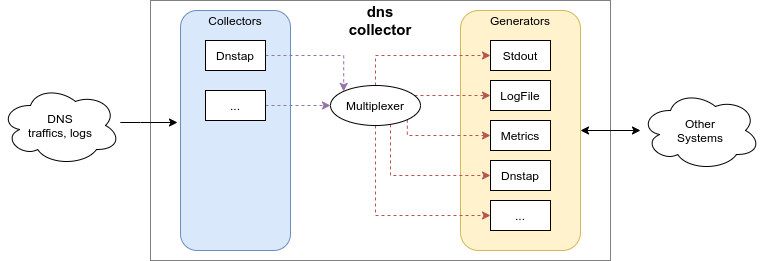
Earlier version of the draw.io export doc/overview.png (dmachard/go-dnscollector). Source tidied: cells renumbered, new cells last; positions are measured from the earlier drawing's top-left corner, leaving out a move shared by most shapes.
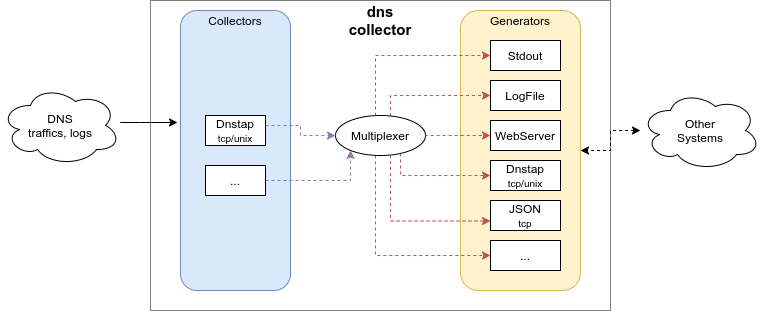
The same file after the commit.

Commit message:
new json generator

Diff of the diagram source:
```diff
@@ -3,50 +3,55 @@
     <mxCell id="0" />
     <mxCell id="1" parent="0" />
     <mxCell id="2" style="rounded=0;whiteSpace=wrap;html=1;dashed=1;dashPattern=1 1;" parent="1" vertex="1">
-      <mxGeometry x="150" width="460" height="260" as="geometry" />
+      <mxGeometry x="150" width="460" height="310" as="geometry" />
     </mxCell>
     <mxCell id="3" value="&lt;b style=&quot;font-size: 15px&quot;&gt;dns&lt;br&gt;collector&lt;/b&gt;" style="text;html=1;strokeColor=none;fillColor=none;align=center;verticalAlign=middle;whiteSpace=wrap;rounded=0;" parent="1" vertex="1">
       <mxGeometry x="340" y="10" width="80" height="20" as="geometry" />
     </mxCell>
     <mxCell id="4" style="rounded=1;whiteSpace=wrap;html=1;fillColor=#dae8fc;strokeColor=#6c8ebf;" parent="1" vertex="1">
-      <mxGeometry x="180" y="10" width="110" height="240" as="geometry" />
+      <mxGeometry x="180" y="10" width="110" height="280" as="geometry" />
     </mxCell>
     <mxCell id="5" value="Collectors" style="text;html=1;strokeColor=none;fillColor=none;align=center;verticalAlign=middle;whiteSpace=wrap;rounded=0;" parent="1" vertex="1">
       <mxGeometry x="215" y="10" width="40" height="20" as="geometry" />
     </mxCell>
     <mxCell id="6" style="rounded=1;whiteSpace=wrap;html=1;fillColor=#fff2cc;strokeColor=#d6b656;" parent="1" vertex="1">
-      <mxGeometry x="460" y="10" width="120" height="240" as="geometry" />
+      <mxGeometry x="460" y="10" width="120" height="280" as="geometry" />
     </mxCell>
     <mxCell id="7" value="Generators" style="text;html=1;strokeColor=none;fillColor=none;align=center;verticalAlign=middle;whiteSpace=wrap;rounded=0;" parent="1" vertex="1">
       <mxGeometry x="500" y="10" width="40" height="20" as="geometry" />
     </mxCell>
-    <mxCell id="8" style="edgeStyle=orthogonalEdgeStyle;rounded=0;jettySize=auto;html=1;entryX=0;entryY=0;entryDx=0;entryDy=0;dashed=1;fillColor=#e1d5e7;strokeColor=#9673a6;" parent="1" edge="1" source="9" target="21">
+    <mxCell id="8" style="edgeStyle=orthogonalEdgeStyle;rounded=0;jettySize=auto;html=1;dashed=1;fillColor=#e1d5e7;strokeColor=#9673a6;" parent="1" edge="1" source="9" target="21">
       <mxGeometry relative="1" as="geometry">
         <Array as="points">
-          <mxPoint x="343" y="55" />
+          <mxPoint x="300" y="125" />
+          <mxPoint x="300" y="135" />
         </Array>
       </mxGeometry>
     </mxCell>
-    <mxCell id="9" value="Dnstap" style="rounded=0;whiteSpace=wrap;html=1;" parent="1" vertex="1">
-      <mxGeometry x="205" y="40" width="60" height="30" as="geometry" />
+    <mxCell id="9" value="Dnstap&lt;br&gt;&lt;font style=&quot;font-size: 10px&quot;&gt;tcp/unix&lt;/font&gt;" style="rounded=0;whiteSpace=wrap;html=1;" parent="1" vertex="1">
+      <mxGeometry x="205" y="115" width="60" height="30" as="geometry" />
     </mxCell>
     <mxCell id="10" value="Stdout" style="rounded=0;whiteSpace=wrap;html=1;" parent="1" vertex="1">
-      <mxGeometry x="490" y="40" width="60" height="30" as="geometry" />
+      <mxGeometry x="490" y="40" width="70" height="30" as="geometry" />
     </mxCell>
     <mxCell id="11" value="LogFile" style="rounded=0;whiteSpace=wrap;html=1;" parent="1" vertex="1">
-      <mxGeometry x="490" y="80" width="60" height="30" as="geometry" />
+      <mxGeometry x="490" y="80" width="70" height="30" as="geometry" />
     </mxCell>
-    <mxCell id="12" style="edgeStyle=orthogonalEdgeStyle;rounded=0;jettySize=auto;html=1;entryX=0;entryY=0.5;entryDx=0;entryDy=0;dashed=1;fillColor=#e1d5e7;strokeColor=#9673a6;" parent="1" edge="1" source="13" target="21">
-      <mxGeometry relative="1" as="geometry" />
+    <mxCell id="12" style="edgeStyle=orthogonalEdgeStyle;rounded=0;jettySize=auto;html=1;dashed=1;fillColor=#e1d5e7;strokeColor=#9673a6;" parent="1" edge="1" source="13" target="21">
+      <mxGeometry relative="1" as="geometry">
+        <Array as="points">
+          <mxPoint x="350" y="180" />
+        </Array>
+      </mxGeometry>
     </mxCell>
     <mxCell id="13" value="..." style="rounded=0;whiteSpace=wrap;html=1;" parent="1" vertex="1">
-      <mxGeometry x="205" y="90" width="60" height="30" as="geometry" />
+      <mxGeometry x="205" y="165" width="60" height="30" as="geometry" />
     </mxCell>
-    <mxCell id="14" value="Metrics" style="rounded=0;whiteSpace=wrap;html=1;" parent="1" vertex="1">
-      <mxGeometry x="490" y="120" width="60" height="30" as="geometry" />
+    <mxCell id="14" value="WebServer" style="rounded=0;whiteSpace=wrap;html=1;" parent="1" vertex="1">
+      <mxGeometry x="490" y="120" width="70" height="30" as="geometry" />
     </mxCell>
-    <mxCell id="15" value="Dnstap" style="rounded=0;whiteSpace=wrap;html=1;" parent="1" vertex="1">
-      <mxGeometry x="490" y="160" width="60" height="30" as="geometry" />
+    <mxCell id="15" value="Dnstap&lt;br&gt;&lt;font style=&quot;font-size: 10px&quot;&gt;tcp/unix&lt;/font&gt;" style="rounded=0;whiteSpace=wrap;html=1;" parent="1" vertex="1">
+      <mxGeometry x="490" y="160" width="70" height="30" as="geometry" />
     </mxCell>
     <mxCell id="16" style="edgeStyle=orthogonalEdgeStyle;rounded=0;jettySize=auto;html=1;entryX=0;entryY=0.5;entryDx=0;entryDy=0;dashed=1;fillColor=#f8cecc;strokeColor=#b85450;" parent="1" edge="1" source="21" target="10">
       <mxGeometry relative="1" as="geometry">
@@ -58,8 +63,7 @@
     <mxCell id="17" style="edgeStyle=orthogonalEdgeStyle;rounded=0;jettySize=auto;html=1;entryX=0;entryY=0.5;entryDx=0;entryDy=0;dashed=1;fillColor=#f8cecc;strokeColor=#b85450;" parent="1" edge="1" source="21" target="11">
       <mxGeometry relative="1" as="geometry">
         <Array as="points">
-          <mxPoint x="430" y="95" />
-          <mxPoint x="430" y="95" />
+          <mxPoint x="390" y="95" />
         </Array>
       </mxGeometry>
     </mxCell>
@@ -73,19 +77,19 @@
     <mxCell id="19" style="edgeStyle=orthogonalEdgeStyle;rounded=0;jettySize=auto;html=1;entryX=0;entryY=0.5;entryDx=0;entryDy=0;fillColor=#f8cecc;strokeColor=#b85450;dashed=1;" parent="1" edge="1" source="21" target="15">
       <mxGeometry relative="1" as="geometry">
         <Array as="points">
-          <mxPoint x="390" y="175" />
+          <mxPoint x="400" y="175" />
         </Array>
       </mxGeometry>
     </mxCell>
     <mxCell id="20" style="edgeStyle=orthogonalEdgeStyle;rounded=0;jettySize=auto;html=1;entryX=0;entryY=0.5;entryDx=0;entryDy=0;fillColor=#f8cecc;strokeColor=#b85450;dashed=1;" parent="1" edge="1" source="21" target="26">
       <mxGeometry relative="1" as="geometry">
         <Array as="points">
-          <mxPoint x="375" y="215" />
+          <mxPoint x="375" y="255" />
         </Array>
       </mxGeometry>
     </mxCell>
     <mxCell id="21" value="Multiplexer" style="ellipse;whiteSpace=wrap;html=1;" parent="1" vertex="1">
-      <mxGeometry x="330" y="85" width="90" height="40" as="geometry" />
+      <mxGeometry x="335" y="115" width="90" height="40" as="geometry" />
     </mxCell>
     <mxCell id="22" style="edgeStyle=orthogonalEdgeStyle;rounded=0;jettySize=auto;html=1;" parent="1" edge="1" source="23">
       <mxGeometry relative="1" as="geometry">
@@ -99,14 +103,25 @@
     <mxCell id="23" value="DNS&lt;br&gt;traffics, logs" style="ellipse;shape=cloud;whiteSpace=wrap;html=1;" parent="1" vertex="1">
       <mxGeometry y="85" width="120" height="80" as="geometry" />
     </mxCell>
-    <mxCell id="24" style="edgeStyle=orthogonalEdgeStyle;rounded=0;jettySize=auto;html=1;entryX=1;entryY=0.5;entryDx=0;entryDy=0;startArrow=classic;startFill=1;" parent="1" edge="1" source="25" target="6">
+    <mxCell id="24" style="edgeStyle=orthogonalEdgeStyle;rounded=0;jettySize=auto;html=1;entryX=1;entryY=0.5;entryDx=0;entryDy=0;startArrow=classic;startFill=1;dashed=1;" parent="1" edge="1" source="25" target="6">
       <mxGeometry relative="1" as="geometry" />
     </mxCell>
     <mxCell id="25" value="Other&lt;br&gt;Systems" style="ellipse;shape=cloud;whiteSpace=wrap;html=1;" parent="1" vertex="1">
       <mxGeometry x="640" y="90" width="120" height="80" as="geometry" />
     </mxCell>
     <mxCell id="26" value="..." style="rounded=0;whiteSpace=wrap;html=1;" parent="1" vertex="1">
-      <mxGeometry x="490" y="200" width="60" height="30" as="geometry" />
+      <mxGeometry x="490" y="240" width="70" height="30" as="geometry" />
     </mxCell>
+    <mxCell id="27" value="JSON&lt;br&gt;&lt;font style=&quot;font-size: 10px&quot;&gt;tcp&lt;/font&gt;" style="rounded=0;whiteSpace=wrap;html=1;" parent="1" vertex="1">
+      <mxGeometry x="490" y="200" width="70" height="30" as="geometry" />
+    </mxCell>
+    <mxCell id="28" style="edgeStyle=orthogonalEdgeStyle;rounded=0;jettySize=auto;html=1;entryX=0;entryY=0.5;entryDx=0;entryDy=0;fillColor=#f8cecc;strokeColor=#b85450;dashed=1;" parent="1" edge="1" source="21">
+      <mxGeometry relative="1" as="geometry">
+        <mxPoint x="490" y="220.5" as="targetPoint" />
+        <Array as="points">
+          <mxPoint x="390" y="221" />
+        </Array>
+      </mxGeometry>
+    </mxCell>
   </root>
 </mxGraphModel>
```
